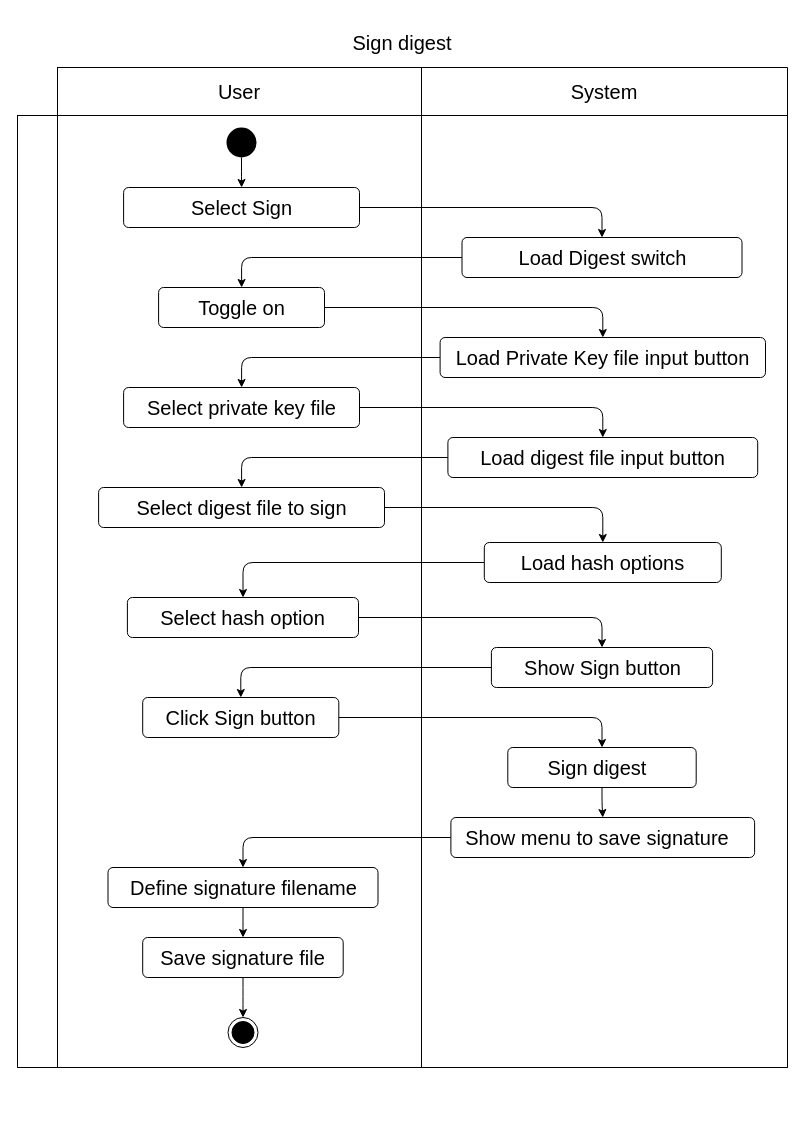
Earlier version of the draw.io diagram page "Sign digest" (2 of 2) of diagrams/activity/sign.drawio (luvitale/inti-digital-signature). Source tidied: cells renumbered, new cells numbered last; positions are measured from the earlier drawing's top-left corner, leaving out a move shared by most shapes. Both pictures are drawn from the tidied source at 100%, with x=0, y=0 at pixel (17, 17).
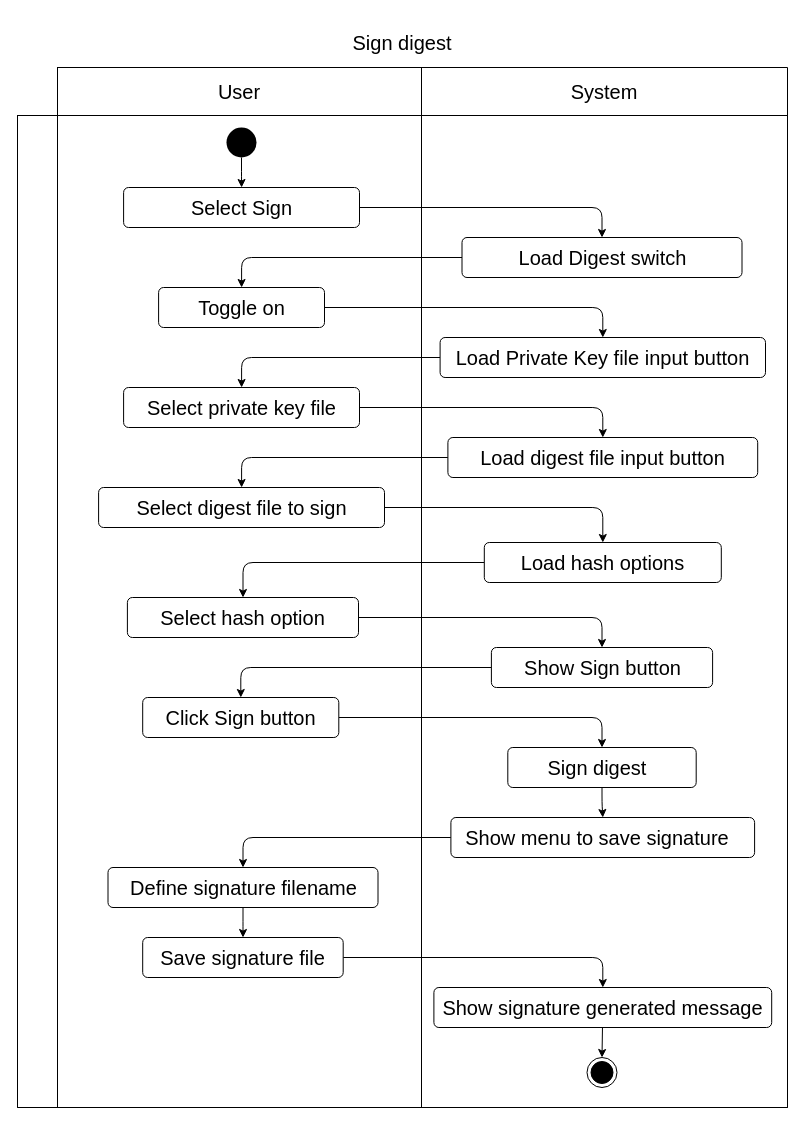
The same page after the edit.

Unchanged cells that the change refers to:
```xml
<mxCell id="26" value="Save signature file" style="html=1;align=center;verticalAlign=middle;rounded=1;absoluteArcSize=1;arcSize=10;dashed=0;fontSize=20;" parent="1" vertex="1">
  <mxGeometry x="125.2" y="920" width="200.5" height="40" as="geometry" />
</mxCell>
```

Change to the diagram source:
```diff
@@
     <mxCell id="2" value="Sign digest" style="shape=table;html=1;whiteSpace=wrap;startSize=50;childLayout=tableLayout;fillColor=none;swimlaneFillColor=none;strokeColor=none;fontSize=20;" parent="1" vertex="1">
-      <mxGeometry width="770" height="1050" as="geometry" />
+      <mxGeometry width="770" height="1090" as="geometry" />
     </mxCell>
@@
     <mxCell id="7" style="shape=partialRectangle;html=1;whiteSpace=wrap;fillColor=none;top=1;left=1;bottom=1;right=1;fontSize=20;" parent="2" vertex="1">
-      <mxGeometry y="98" width="770" height="952" as="geometry" />
+      <mxGeometry y="98" width="770" height="992" as="geometry" />
     </mxCell>
     <mxCell id="8" style="shape=partialRectangle;html=1;whiteSpace=wrap;fillColor=none;top=1;left=1;bottom=1;right=1;overflow=hidden;horizontal=0;fontSize=20;" parent="7" vertex="1">
-      <mxGeometry width="40" height="952" as="geometry" />
+      <mxGeometry width="40" height="992" as="geometry" />
     </mxCell>
     <mxCell id="9" style="shape=partialRectangle;html=1;whiteSpace=wrap;fillColor=none;top=1;left=1;bottom=1;right=1;overflow=hidden;fontSize=20;" parent="7" vertex="1">
-      <mxGeometry x="40" width="364" height="952" as="geometry" />
+      <mxGeometry x="40" width="364" height="992" as="geometry" />
     </mxCell>
     <mxCell id="10" style="shape=partialRectangle;html=1;whiteSpace=wrap;fillColor=none;top=1;left=1;bottom=1;right=1;overflow=hidden;fontSize=20;" parent="7" vertex="1">
-      <mxGeometry x="404" width="366" height="952" as="geometry" />
+      <mxGeometry x="404" width="366" height="992" as="geometry" />
     </mxCell>
@@
-    <mxCell id="25" style="edgeStyle=orthogonalEdgeStyle;html=1;fontSize=20;" parent="1" edge="1" source="26" target="29">
+    <mxCell id="25" style="edgeStyle=orthogonalEdgeStyle;html=1;fontSize=20;" parent="1" edge="1" source="26" target="45">
       <mxGeometry relative="1" as="geometry" />
     </mxCell>
@@
     <mxCell id="29" style="ellipse;html=1;shape=endState;fillColor=#000000;strokeColor=#000000;fontSize=20;" parent="1" vertex="1">
-      <mxGeometry x="210.5" y="1000" width="30" height="30" as="geometry" />
+      <mxGeometry x="569.5" y="1040" width="30" height="30" as="geometry" />
     </mxCell>
@@
+    <mxCell id="44" style="edgeStyle=none;html=1;" parent="1" edge="1" source="45" target="29">
+      <mxGeometry relative="1" as="geometry" />
+    </mxCell>
+    <mxCell id="45" value="Show signature generated message" style="html=1;align=center;verticalAlign=middle;rounded=1;absoluteArcSize=1;arcSize=10;dashed=0;fontSize=20;" parent="1" vertex="1">
+      <mxGeometry x="416.4" y="970" width="337.8" height="40" as="geometry" />
+    </mxCell>
```
